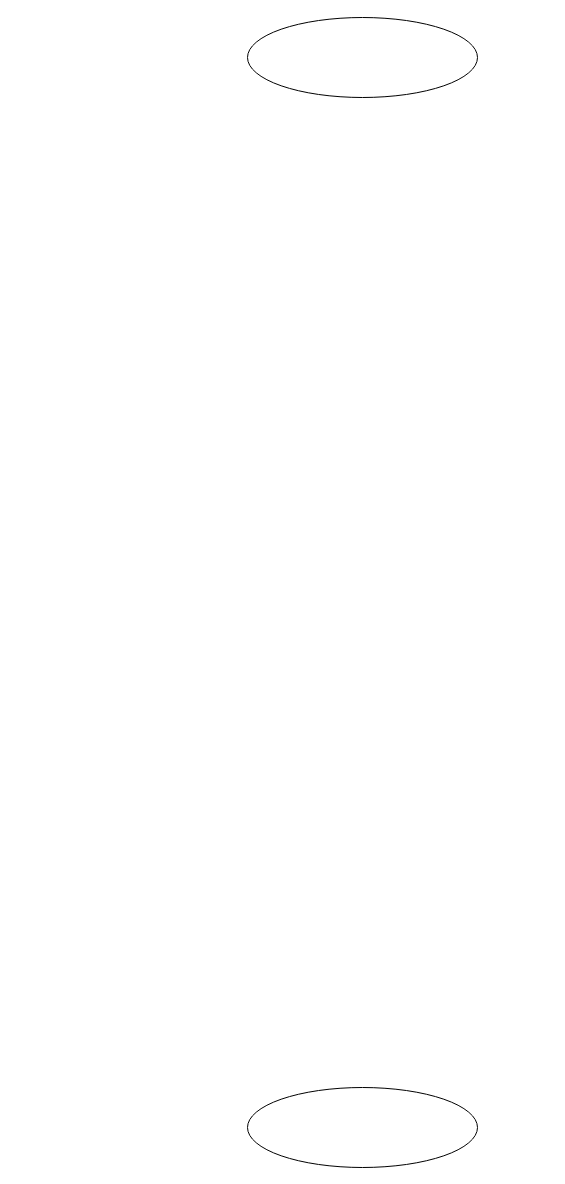
lchj333/CreateTest keeps this draw.io diagram as Untitled Diagram.drawio. Above is the earlier version. Source tidied: cells renumbered, new cells numbered last; positions are measured from the earlier drawing's top-left corner, leaving out a move shared by most shapes. Both pictures are drawn from the tidied source at 100%, with x=0, y=0 at pixel (247, 17).
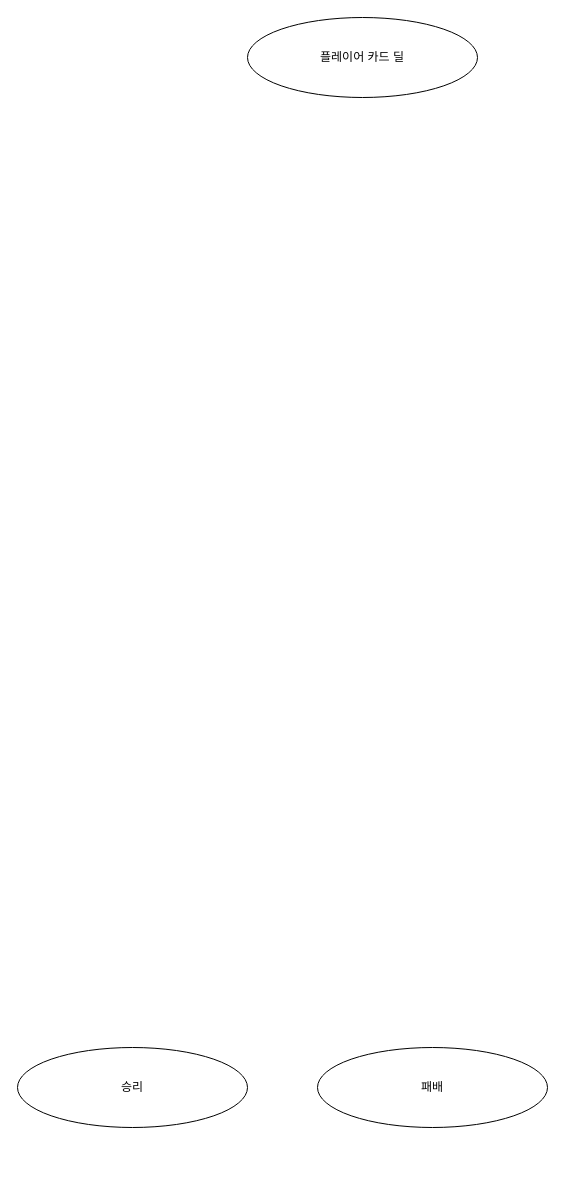
The same page after the edit.

The edit, as a diff of the source:
```diff
@@
 <mxGraphModel>
   <root>
     <mxCell id="0" />
     <mxCell id="1" parent="0" />
-    <mxCell id="2" style="ellipse;whiteSpace=wrap;html=1;rounded=0;sketch=0;" parent="1" vertex="1">
+    <mxCell id="2" value="플레이어 카드 딜" style="ellipse;whiteSpace=wrap;html=1;rounded=0;sketch=0;" parent="1" vertex="1">
       <mxGeometry width="230" height="80" as="geometry" />
     </mxCell>
-    <mxCell id="3" style="ellipse;whiteSpace=wrap;html=1;rounded=0;sketch=0;" parent="1" vertex="1">
-      <mxGeometry y="1070" width="230" height="80" as="geometry" />
-    </mxCell>
+    <mxCell id="4" value="패배" style="ellipse;whiteSpace=wrap;html=1;rounded=0;sketch=0;" parent="1" vertex="1">
+      <mxGeometry x="70" y="1030" width="230" height="80" as="geometry" />
+    </mxCell>
+    <mxCell id="5" value="승리" style="ellipse;whiteSpace=wrap;html=1;rounded=0;sketch=0;" parent="1" vertex="1">
+      <mxGeometry x="-230" y="1030" width="230" height="80" as="geometry" />
+    </mxCell>
   </root>
 </mxGraphModel>
```
